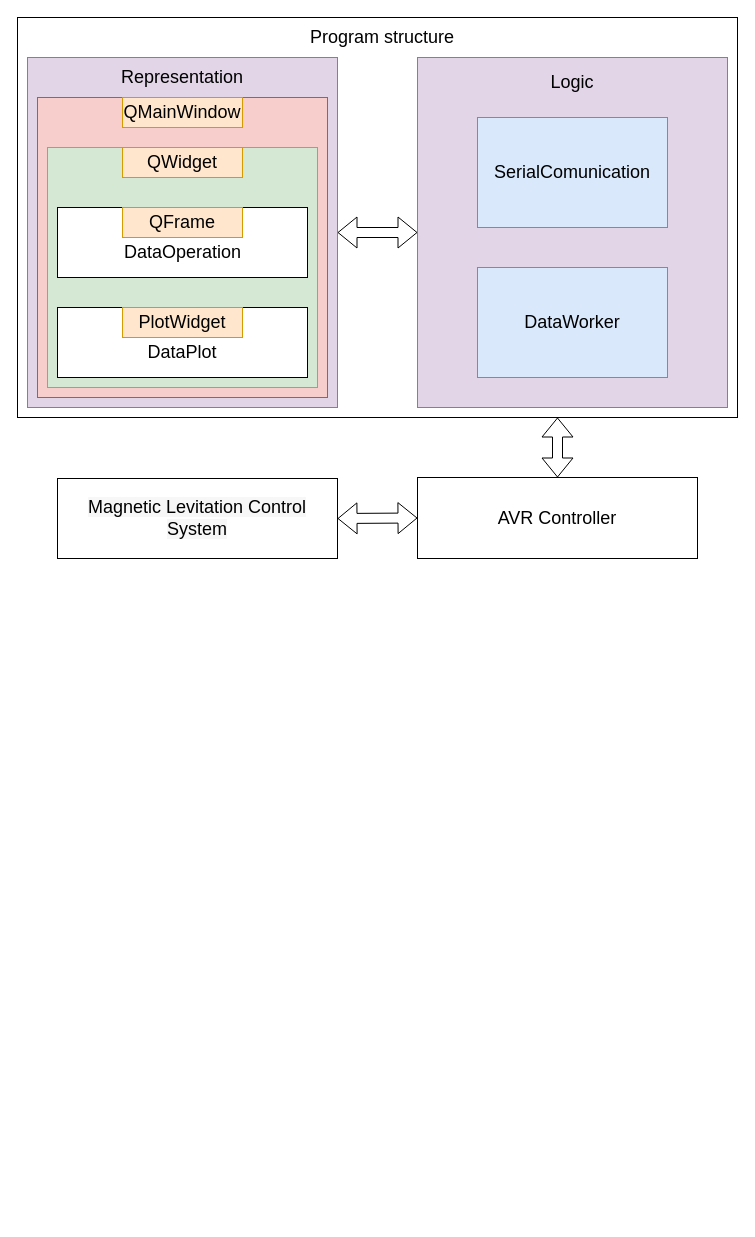
This is Diagrams/avr program.drawio from igorktech/levitron, a draw.io file, before an edit. Source tidied: cells renumbered, new cells numbered last; positions are measured from the earlier drawing's top-left corner, leaving out a move shared by most shapes. Both pictures are drawn from the tidied source at 100%, with x=0, y=0 at pixel (17, 17).
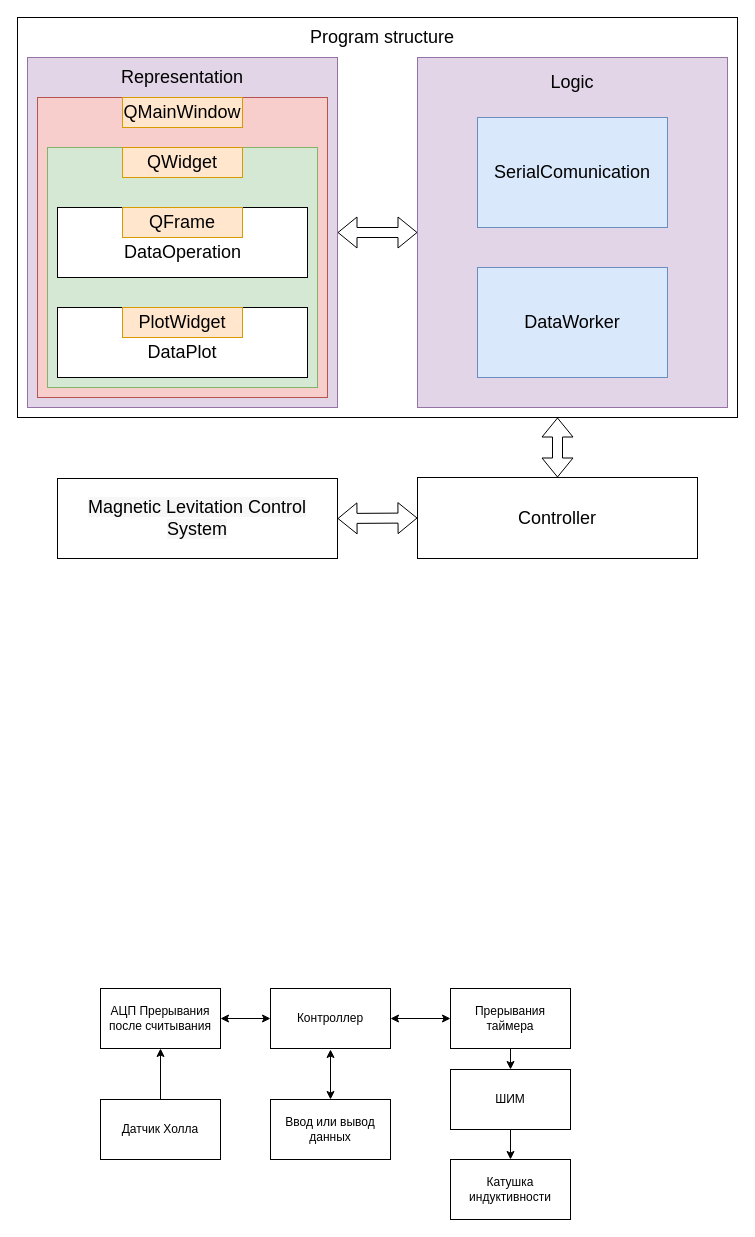
The same diagram, later.

The edit, as a diff of the source:
```diff
@@
-    <mxCell id="22" value="&lt;font style=&quot;font-size: 18px&quot;&gt;AVR Controller&lt;/font&gt;" style="rounded=0;whiteSpace=wrap;html=1;" parent="1" vertex="1">
+    <mxCell id="22" value="&lt;font style=&quot;font-size: 18px&quot;&gt;Controller&lt;/font&gt;" style="rounded=0;whiteSpace=wrap;html=1;" parent="1" vertex="1">
       <mxGeometry x="400" y="460" width="280" height="81" as="geometry" />
     </mxCell>
@@
+    <mxCell id="29" value="АЦП Прерывания после считывания" style="rounded=0;whiteSpace=wrap;html=1;" parent="1" vertex="1">
+      <mxGeometry x="83" y="971" width="120" height="60" as="geometry" />
+    </mxCell>
+    <mxCell id="30" value="ШИМ" style="rounded=0;whiteSpace=wrap;html=1;" parent="1" vertex="1">
+      <mxGeometry x="433" y="1052" width="120" height="60" as="geometry" />
+    </mxCell>
+    <mxCell id="31" value="Прерывания таймера" style="rounded=0;whiteSpace=wrap;html=1;" parent="1" vertex="1">
+      <mxGeometry x="433" y="971" width="120" height="60" as="geometry" />
+    </mxCell>
+    <mxCell id="32" value="Датчик Холла" style="rounded=0;whiteSpace=wrap;html=1;" parent="1" vertex="1">
+      <mxGeometry x="83" y="1082" width="120" height="60" as="geometry" />
+    </mxCell>
+    <mxCell id="33" value="Катушка индуктивности" style="rounded=0;whiteSpace=wrap;html=1;" parent="1" vertex="1">
+      <mxGeometry x="433" y="1142" width="120" height="60" as="geometry" />
+    </mxCell>
+    <mxCell id="34" value="Контроллер" style="rounded=0;whiteSpace=wrap;html=1;" parent="1" vertex="1">
+      <mxGeometry x="253" y="971" width="120" height="60" as="geometry" />
+    </mxCell>
+    <mxCell id="35" value="Ввод или вывод данных" style="rounded=0;whiteSpace=wrap;html=1;" parent="1" vertex="1">
+      <mxGeometry x="253" y="1082" width="120" height="60" as="geometry" />
+    </mxCell>
+    <mxCell id="36" style="endArrow=classic;startArrow=classic;html=1;rounded=0;exitX=1;exitY=0.5;exitDx=0;exitDy=0;entryX=0;entryY=0.5;entryDx=0;entryDy=0;" parent="1" edge="1" source="29" target="34">
+      <mxGeometry relative="1" as="geometry" />
+    </mxCell>
+    <mxCell id="37" style="endArrow=classic;startArrow=classic;html=1;rounded=0;exitX=1;exitY=0.5;exitDx=0;exitDy=0;entryX=0;entryY=0.5;entryDx=0;entryDy=0;" parent="1" edge="1" source="34" target="31">
+      <mxGeometry relative="1" as="geometry" />
+    </mxCell>
+    <mxCell id="38" style="endArrow=classic;startArrow=classic;html=1;rounded=0;exitX=0.5;exitY=0;exitDx=0;exitDy=0;" parent="1" edge="1" source="35">
+      <mxGeometry relative="1" as="geometry">
+        <mxPoint x="313" y="1032" as="targetPoint" />
+      </mxGeometry>
+    </mxCell>
+    <mxCell id="39" style="endArrow=classic;html=1;rounded=0;entryX=0.5;entryY=1;entryDx=0;entryDy=0;exitX=0.5;exitY=0;exitDx=0;exitDy=0;" parent="1" edge="1" source="32" target="29">
+      <mxGeometry relative="1" as="geometry" />
+    </mxCell>
+    <mxCell id="40" style="endArrow=classic;html=1;rounded=0;exitX=0.5;exitY=1;exitDx=0;exitDy=0;" parent="1" edge="1" source="31" target="30">
+      <mxGeometry relative="1" as="geometry" />
+    </mxCell>
+    <mxCell id="41" style="endArrow=classic;html=1;rounded=0;exitX=0.5;exitY=1;exitDx=0;exitDy=0;entryX=0.5;entryY=0;entryDx=0;entryDy=0;" parent="1" edge="1" source="30" target="33">
+      <mxGeometry relative="1" as="geometry" />
+    </mxCell>
```
